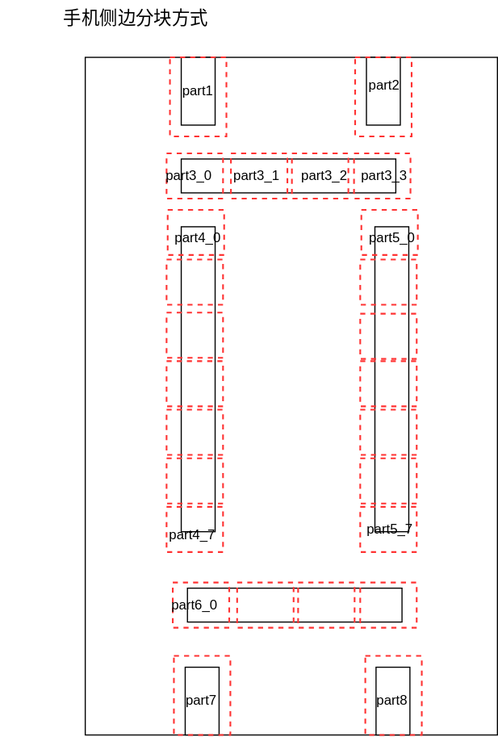
Linranran/my_images keeps this draw.io diagram as split_side.drawio.svg. Above is the earlier version. Source tidied: cells renumbered, new cells last; positions are measured from the earlier drawing's top-left corner, leaving out a move shared by most shapes.
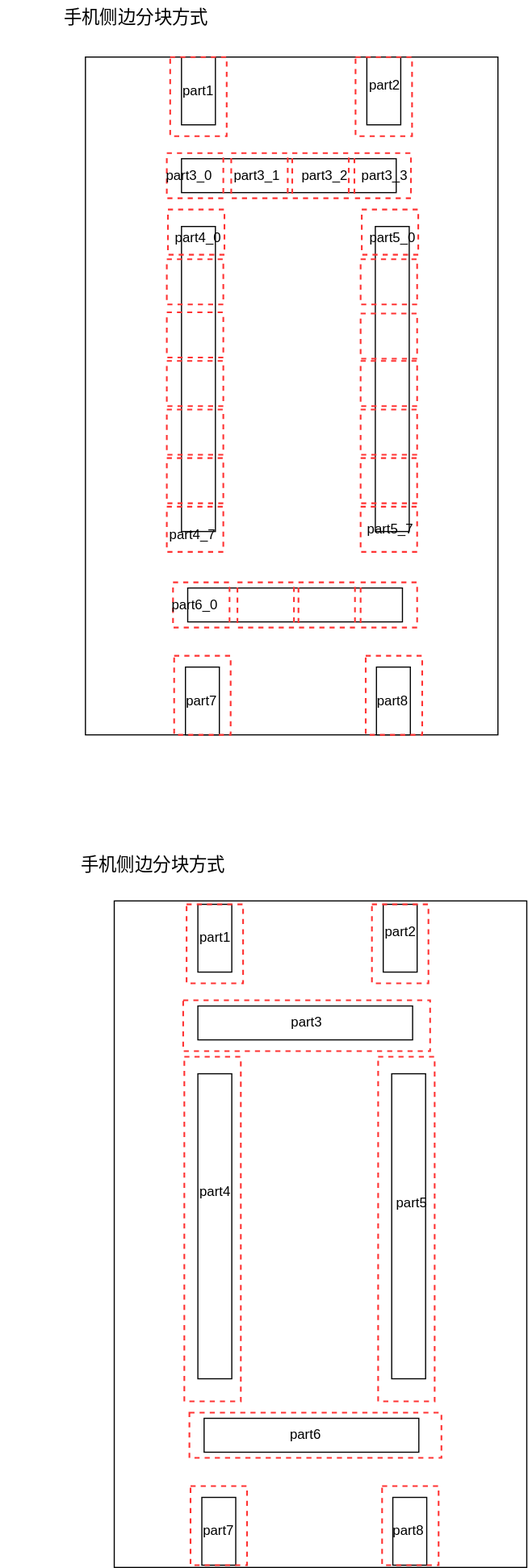
The same diagram one commit later.

Change to the diagram source:
```diff
@@ -149,5 +149,83 @@
     <mxCell id="50" value="&lt;font style=&quot;font-size: 16px;&quot;&gt;手机侧边分块方式&lt;/font&gt;" style="text;html=1;strokeColor=none;fillColor=none;align=center;verticalAlign=middle;whiteSpace=wrap;rounded=0;dashed=1;" parent="1" vertex="1">
       <mxGeometry width="240" height="30" as="geometry" />
     </mxCell>
+    <mxCell id="51" style="rounded=0;whiteSpace=wrap;html=1;fillColor=none;" parent="1" vertex="1">
+      <mxGeometry x="100.5" y="797" width="365" height="590" as="geometry" />
+    </mxCell>
+    <mxCell id="52" style="rounded=0;whiteSpace=wrap;html=1;" parent="1" vertex="1">
+      <mxGeometry x="174.5" y="800" width="30" height="60" as="geometry" />
+    </mxCell>
+    <mxCell id="53" style="rounded=0;whiteSpace=wrap;html=1;" parent="1" vertex="1">
+      <mxGeometry x="338.5" y="800" width="30" height="60" as="geometry" />
+    </mxCell>
+    <mxCell id="54" style="rounded=0;whiteSpace=wrap;html=1;" parent="1" vertex="1">
+      <mxGeometry x="174.5" y="890" width="190" height="30" as="geometry" />
+    </mxCell>
+    <mxCell id="55" style="rounded=0;whiteSpace=wrap;html=1;" parent="1" vertex="1">
+      <mxGeometry x="174.5" y="950" width="30" height="270" as="geometry" />
+    </mxCell>
+    <mxCell id="56" style="rounded=0;whiteSpace=wrap;html=1;" parent="1" vertex="1">
+      <mxGeometry x="178" y="1325" width="30" height="60" as="geometry" />
+    </mxCell>
+    <mxCell id="57" style="rounded=0;whiteSpace=wrap;html=1;" parent="1" vertex="1">
+      <mxGeometry x="347" y="1325" width="30" height="60" as="geometry" />
+    </mxCell>
+    <mxCell id="58" style="rounded=0;whiteSpace=wrap;html=1;dashed=1;strokeColor=#FF3333;fillColor=none;strokeWidth=1.5;" parent="1" vertex="1">
+      <mxGeometry x="164.5" y="800" width="50" height="70" as="geometry" />
+    </mxCell>
+    <mxCell id="59" style="rounded=0;whiteSpace=wrap;html=1;dashed=1;strokeColor=#FF3333;fillColor=none;strokeWidth=1.5;" parent="1" vertex="1">
+      <mxGeometry x="328.5" y="800" width="50" height="70" as="geometry" />
+    </mxCell>
+    <mxCell id="60" style="rounded=0;whiteSpace=wrap;html=1;dashed=1;strokeColor=#FF3333;fillColor=none;strokeWidth=1.5;" parent="1" vertex="1">
+      <mxGeometry x="161.5" y="885" width="218.5" height="45" as="geometry" />
+    </mxCell>
+    <mxCell id="61" style="rounded=0;whiteSpace=wrap;html=1;dashed=1;strokeColor=#FF3333;fillColor=none;strokeWidth=1.5;" parent="1" vertex="1">
+      <mxGeometry x="337.5" y="1315" width="50" height="70" as="geometry" />
+    </mxCell>
+    <mxCell id="62" style="rounded=0;whiteSpace=wrap;html=1;dashed=1;strokeColor=#FF3333;fillColor=none;strokeWidth=1.5;" parent="1" vertex="1">
+      <mxGeometry x="168" y="1315" width="50" height="70" as="geometry" />
+    </mxCell>
+    <mxCell id="63" style="rounded=0;whiteSpace=wrap;html=1;dashed=1;strokeColor=#FF3333;fillColor=none;strokeWidth=1.5;" parent="1" vertex="1">
+      <mxGeometry x="162.5" y="935" width="50" height="305" as="geometry" />
+    </mxCell>
+    <mxCell id="64" style="rounded=0;whiteSpace=wrap;html=1;" parent="1" vertex="1">
+      <mxGeometry x="346" y="950" width="30" height="270" as="geometry" />
+    </mxCell>
+    <mxCell id="65" style="rounded=0;whiteSpace=wrap;html=1;dashed=1;strokeColor=#FF3333;fillColor=none;strokeWidth=1.5;" parent="1" vertex="1">
+      <mxGeometry x="334" y="935" width="50" height="305" as="geometry" />
+    </mxCell>
+    <mxCell id="66" style="rounded=0;whiteSpace=wrap;html=1;" parent="1" vertex="1">
+      <mxGeometry x="180" y="1255" width="190" height="30" as="geometry" />
+    </mxCell>
+    <mxCell id="67" style="rounded=0;whiteSpace=wrap;html=1;dashed=1;strokeColor=#FF3333;fillColor=none;strokeWidth=1.5;" parent="1" vertex="1">
+      <mxGeometry x="167" y="1250" width="223" height="40" as="geometry" />
+    </mxCell>
+    <mxCell id="68" value="part1" style="text;html=1;strokeColor=none;fillColor=none;align=center;verticalAlign=middle;whiteSpace=wrap;rounded=0;dashed=1;" parent="1" vertex="1">
+      <mxGeometry x="159.5" y="815" width="60" height="30" as="geometry" />
+    </mxCell>
+    <mxCell id="69" value="part2" style="text;html=1;strokeColor=none;fillColor=none;align=center;verticalAlign=middle;whiteSpace=wrap;rounded=0;dashed=1;" parent="1" vertex="1">
+      <mxGeometry x="324" y="810" width="60" height="30" as="geometry" />
+    </mxCell>
+    <mxCell id="70" value="part3" style="text;html=1;strokeColor=none;fillColor=none;align=center;verticalAlign=middle;whiteSpace=wrap;rounded=0;dashed=1;" parent="1" vertex="1">
+      <mxGeometry x="240.8" y="890" width="60" height="30" as="geometry" />
+    </mxCell>
+    <mxCell id="71" value="part4" style="text;html=1;strokeColor=none;fillColor=none;align=center;verticalAlign=middle;whiteSpace=wrap;rounded=0;dashed=1;" parent="1" vertex="1">
+      <mxGeometry x="159.5" y="1040" width="60" height="30" as="geometry" />
+    </mxCell>
+    <mxCell id="72" value="part5" style="text;html=1;strokeColor=none;fillColor=none;align=center;verticalAlign=middle;whiteSpace=wrap;rounded=0;dashed=1;" parent="1" vertex="1">
+      <mxGeometry x="334" y="1050" width="60" height="30" as="geometry" />
+    </mxCell>
+    <mxCell id="73" value="part6" style="text;html=1;strokeColor=none;fillColor=none;align=center;verticalAlign=middle;whiteSpace=wrap;rounded=0;dashed=1;" parent="1" vertex="1">
+      <mxGeometry x="239.5" y="1255" width="60" height="30" as="geometry" />
+    </mxCell>
+    <mxCell id="74" value="part7" style="text;html=1;strokeColor=none;fillColor=none;align=center;verticalAlign=middle;whiteSpace=wrap;rounded=0;dashed=1;" parent="1" vertex="1">
+      <mxGeometry x="162.5" y="1340" width="60" height="30" as="geometry" />
+    </mxCell>
+    <mxCell id="75" value="part8" style="text;html=1;strokeColor=none;fillColor=none;align=center;verticalAlign=middle;whiteSpace=wrap;rounded=0;dashed=1;" parent="1" vertex="1">
+      <mxGeometry x="331" y="1340" width="60" height="30" as="geometry" />
+    </mxCell>
+    <mxCell id="76" value="&lt;font style=&quot;font-size: 16px;&quot;&gt;手机侧边分块方式&lt;/font&gt;" style="text;html=1;strokeColor=none;fillColor=none;align=center;verticalAlign=middle;whiteSpace=wrap;rounded=0;dashed=1;" parent="1" vertex="1">
+      <mxGeometry x="14.5" y="750" width="240" height="30" as="geometry" />
+    </mxCell>
   </root>
 </mxGraphModel>
```
